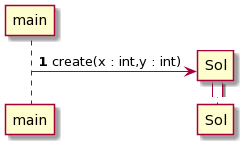
Above: documents/version3/diagrammeSol.png in MichelGrolet/2d-game (PlantUML), before the change. Source of this version:
```plantuml
@startuml
autonumber

main -> Sol**: create(x : int,y : int)

activate Sol

deactivate Sol
@enduml
```
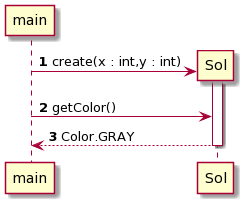
The same file after the commit.

Commit message:
Modification des diagrammes Mur et Sol

Diff of the diagram source:
```diff
@@ -5,5 +5,8 @@
 
 activate Sol
 
+main -> Sol: getColor()
+main <-- Sol: Color.GRAY
+
 deactivate Sol
 @enduml
```
